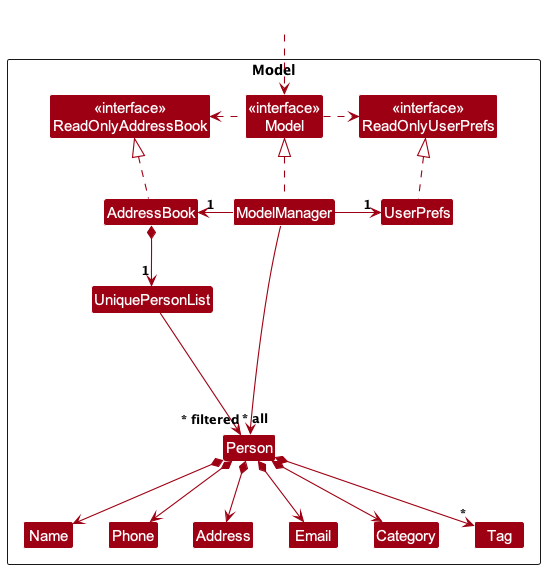
Above: docs/images/ModelClassDiagram.png in nus-cs2103-AY2324S2/tp (PlantUML), before the change.
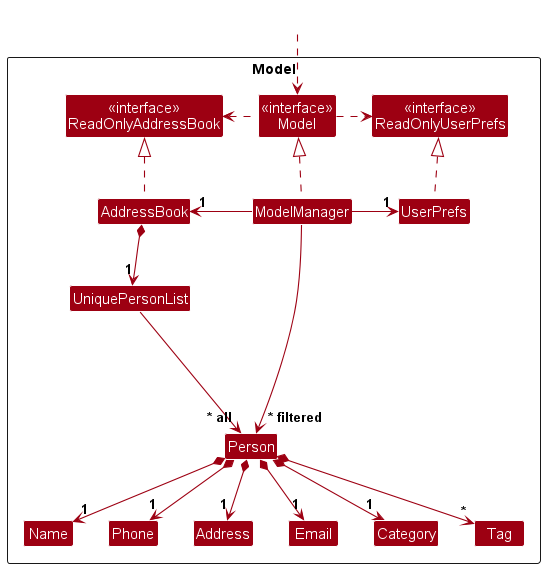
After the commit.

The edit, as a diff of the source:
```diff
@@ -38,11 +38,11 @@
 
 AddressBook *--> "1" UniquePersonList
 UniquePersonList --> "~* all" Person
-Person *--> Name
-Person *--> Phone
-Person *--> Email
-Person *--> Address
-Person *--> Category
+Person *--> "1" Name
+Person *--> "1" Phone
+Person *--> "1" Email
+Person *--> "1" Address
+Person *--> "1" Category
 Person *--> "*" Tag
 
 Person -[hidden]up--> I
```
